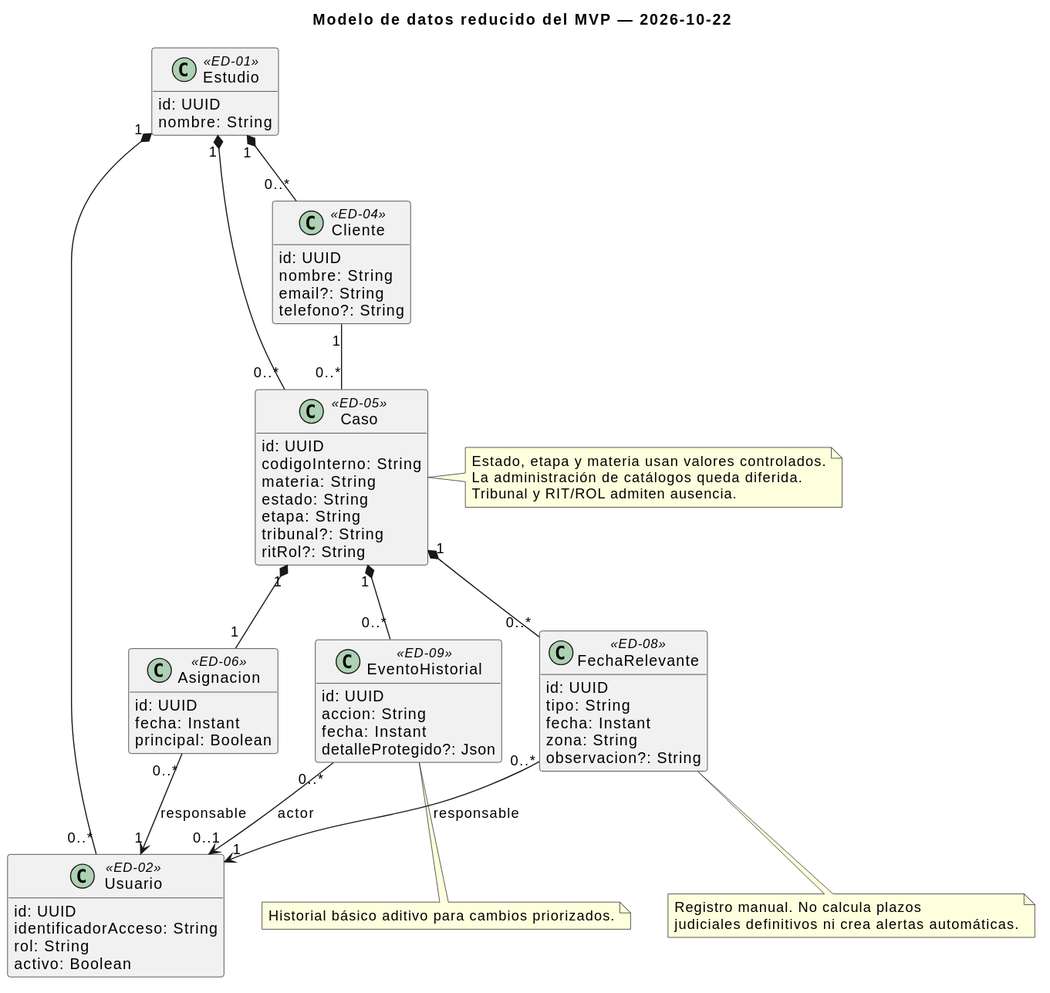
The PlantUML diagram docs/diagrams/rendered/mvp-data-model.svg in DerSarco/sistema-gestion-casos-juridicos, before a commit.
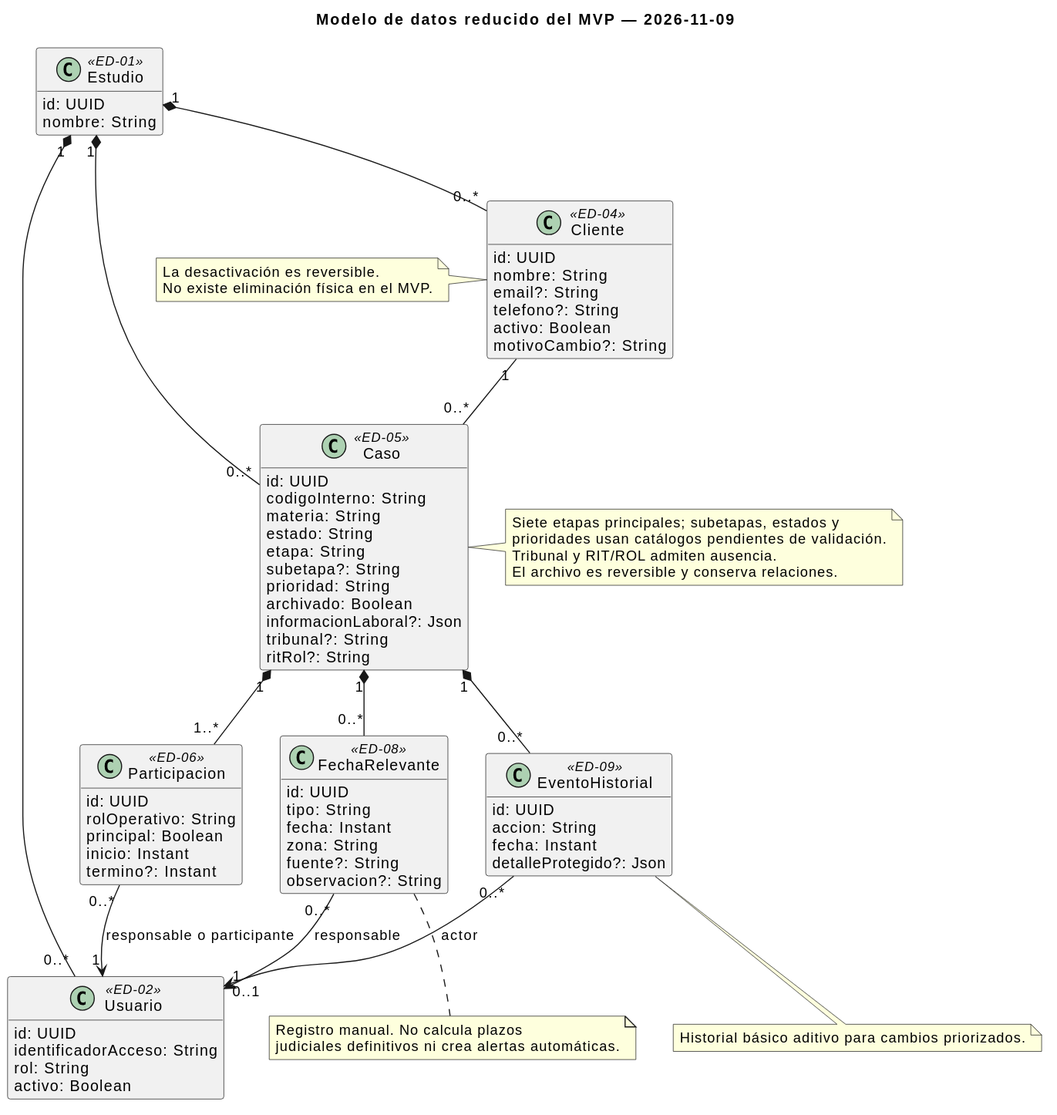
The same diagram one commit later.

Change to the diagram source:
```diff
@@ -3,7 +3,7 @@
 skinparam shadowing false
 skinparam classAttributeIconSize 0
 hide methods
-title Modelo de datos reducido del MVP — 2026-10-22
+title Modelo de datos reducido del MVP — 2026-11-09
 
 class Estudio <<ED-01>> {
   id: UUID
@@ -20,6 +20,8 @@
   nombre: String
   email?: String
   telefono?: String
+  activo: Boolean
+  motivoCambio?: String
 }
 class Caso <<ED-05>> {
   id: UUID
@@ -27,19 +29,26 @@
   materia: String
   estado: String
   etapa: String
+  subetapa?: String
+  prioridad: String
+  archivado: Boolean
+  informacionLaboral?: Json
   tribunal?: String
   ritRol?: String
 }
-class Asignacion <<ED-06>> {
+class Participacion <<ED-06>> {
   id: UUID
-  fecha: Instant
+  rolOperativo: String
   principal: Boolean
+  inicio: Instant
+  termino?: Instant
 }
 class FechaRelevante <<ED-08>> {
   id: UUID
   tipo: String
   fecha: Instant
   zona: String
+  fuente?: String
   observacion?: String
 }
 class EventoHistorial <<ED-09>> {
@@ -53,17 +62,22 @@
 Estudio "1" *-- "0..*" Cliente
 Estudio "1" *-- "0..*" Caso
 Cliente "1" -- "0..*" Caso
-Caso "1" *-- "1" Asignacion
-Asignacion "0..*" --> "1" Usuario : responsable
+Caso "1" *-- "1..*" Participacion
+Participacion "0..*" --> "1" Usuario : responsable o participante
 Caso "1" *-- "0..*" FechaRelevante
 FechaRelevante "0..*" --> "1" Usuario : responsable
 Caso "1" *-- "0..*" EventoHistorial
 EventoHistorial "0..*" --> "0..1" Usuario : actor
 
 note right of Caso
-  Estado, etapa y materia usan valores controlados.
-  La administración de catálogos queda diferida.
+  Siete etapas principales; subetapas, estados y
+  prioridades usan catálogos pendientes de validación.
   Tribunal y RIT/ROL admiten ausencia.
+  El archivo es reversible y conserva relaciones.
+end note
+note left of Cliente
+  La desactivación es reversible.
+  No existe eliminación física en el MVP.
 end note
 note bottom of FechaRelevante
   Registro manual. No calcula plazos
```
